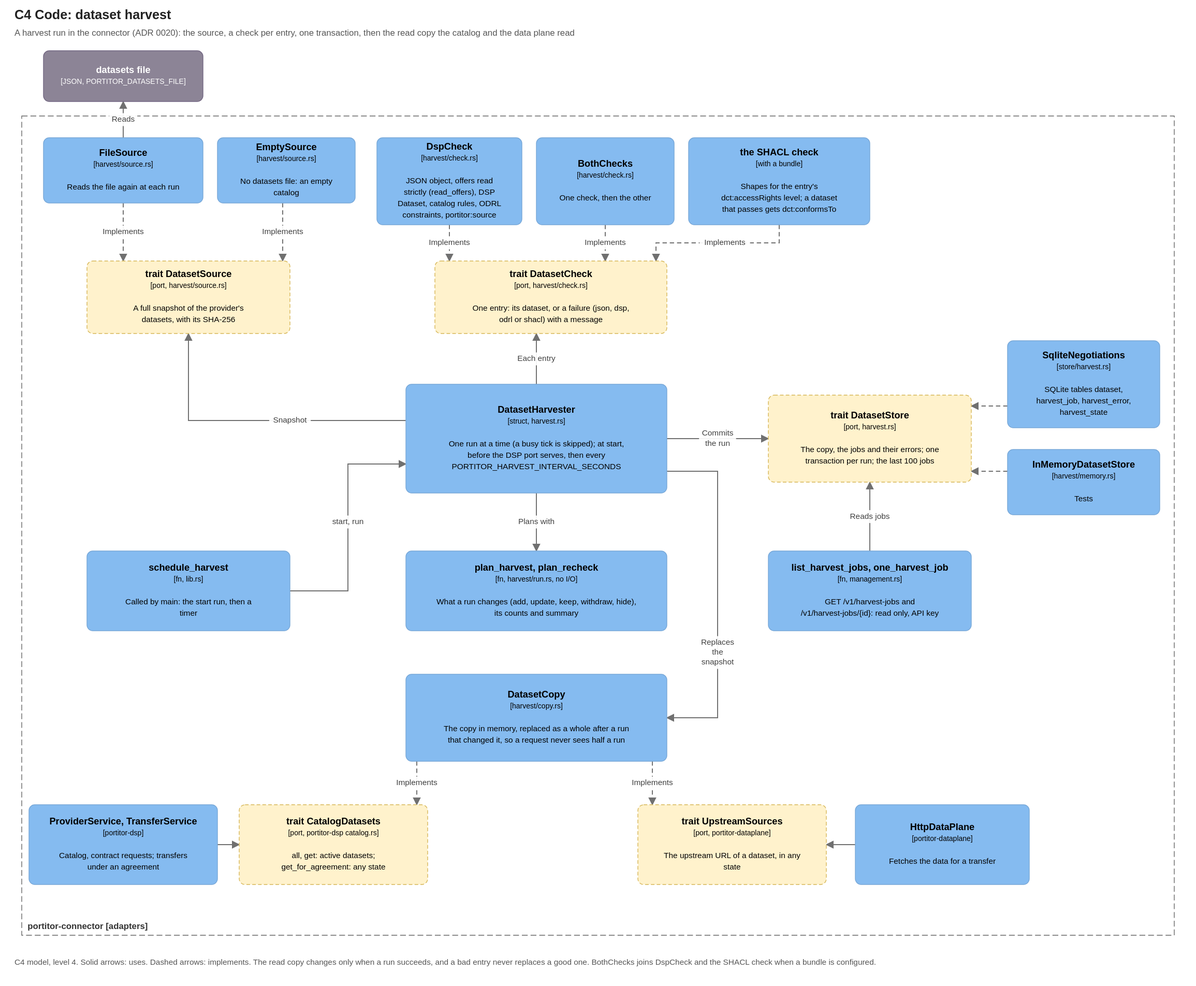
This is docs/diagrams/c4-harvest-code.drawio.svg from brunopacheco1/portitor, a draw.io export, as it was before one commit. Source tidied: cells renumbered, new cells last; positions are measured from the earlier drawing's top-left corner, leaving out a move shared by most shapes.
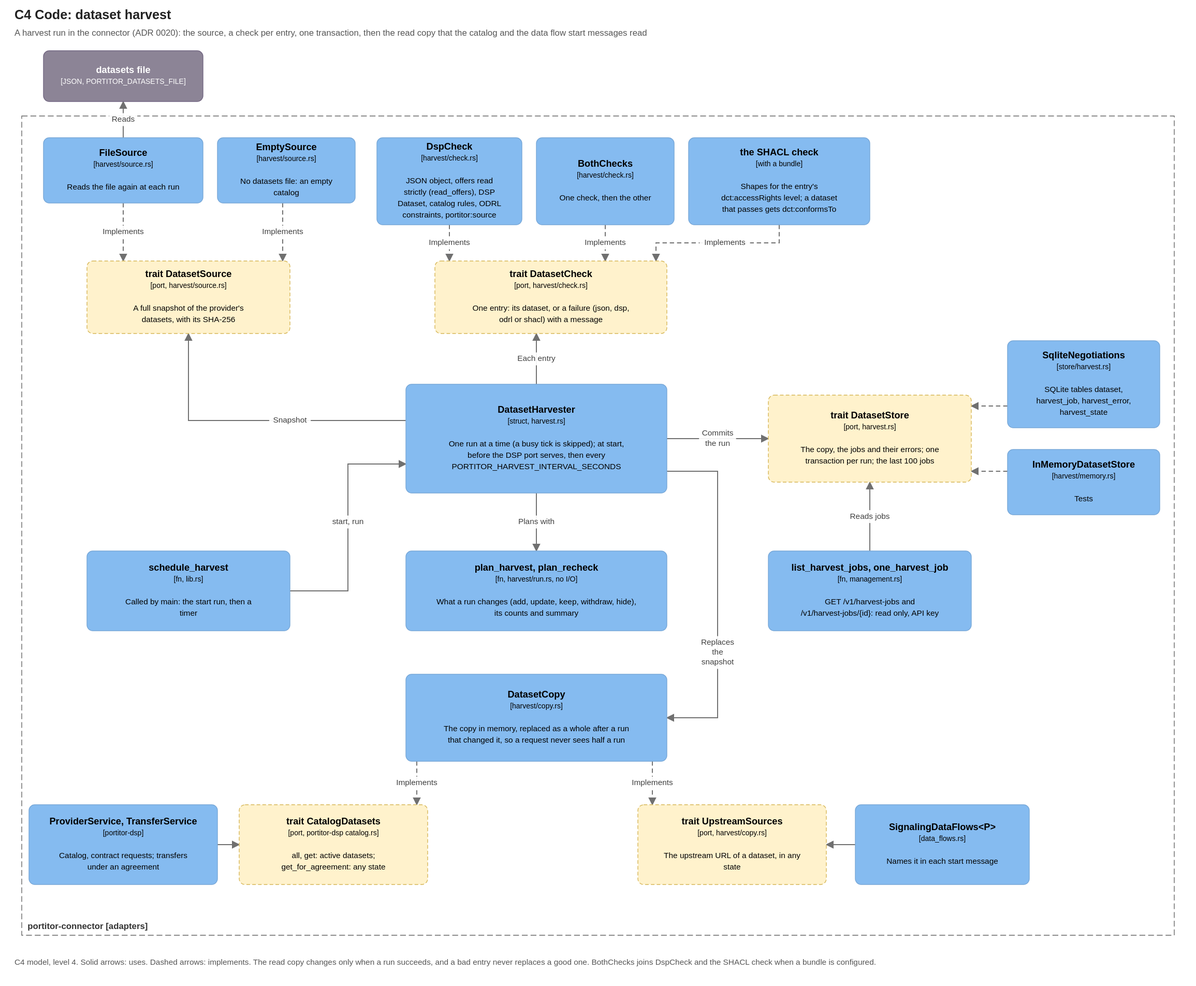
After the commit.

Commit message:
Diagrams: the source in the start message, memberships in the connector

C4 transfer: FlowStore keeps the source, agreement and consumer, not the
memberships; MembershipGate is the data plane's AccessGate and reads
MembershipStore; SignalingDataFlows names the source in the metadata.
C4 harvest: UpstreamSources lives in harvest/copy.rs and is read by
SignalingDataFlows, not by the data plane. C3: DatasetCopy serves the
catalog and the sources.

Claude-Session: https://claude.ai/code/session_01Xc1UKxdiG8DmTb2Hs3zFeP

What changed in the source:
```diff
@@ -5,7 +5,7 @@
     <mxCell id="2" value="C4 Code: dataset harvest" style="text;html=1;align=left;verticalAlign=middle;fontSize=18;fontStyle=1;fontColor=#222222;whiteSpace=wrap;" parent="1" vertex="1">
       <mxGeometry width="1610" height="24" as="geometry" />
     </mxCell>
-    <mxCell id="3" value="A harvest run in the connector (ADR 0020): the source, a check per entry, one transaction, then the read copy the catalog and the data plane read" style="text;html=1;align=left;verticalAlign=middle;fontSize=12;fontStyle=0;fontColor=#555555;whiteSpace=wrap;" parent="1" vertex="1">
+    <mxCell id="3" value="A harvest run in the connector (ADR 0020): the source, a check per entry, one transaction, then the read copy that the catalog and the data flow start messages read" style="text;html=1;align=left;verticalAlign=middle;fontSize=12;fontStyle=0;fontColor=#555555;whiteSpace=wrap;" parent="1" vertex="1">
       <mxGeometry y="26" width="1610" height="20" as="geometry" />
     </mxCell>
     <mxCell id="4" value="&lt;b&gt;datasets file&lt;/b&gt;&lt;br&gt;&lt;font style=&quot;font-size:10px&quot;&gt;[JSON, PORTITOR_DATASETS_FILE]&lt;/font&gt;" style="rounded=1;arcSize=8;whiteSpace=wrap;html=1;fillColor=#8C8496;strokeColor=#736782;fontColor=#FFFFFF;fontSize=13;align=center;verticalAlign=middle;c4Kind=external;c4Name=datasets file;" parent="1" vertex="1">
@@ -62,13 +62,13 @@
     <mxCell id="21" value="&lt;b&gt;trait CatalogDatasets&lt;/b&gt;&lt;br&gt;&lt;font style=&quot;font-size:10px&quot;&gt;[port, portitor-dsp catalog.rs]&lt;/font&gt;&lt;br&gt;&lt;br&gt;&lt;font style=&quot;font-size:11px&quot;&gt;all, get: active datasets; get_for_agreement: any state&lt;/font&gt;" style="rounded=1;arcSize=8;dashed=1;whiteSpace=wrap;html=1;fillColor=#FFF2CC;strokeColor=#D6B656;fontColor=#000000;fontSize=13;align=center;verticalAlign=middle;c4Kind=port;c4Name=trait CatalogDatasets;" parent="1" vertex="1">
       <mxGeometry x="310" y="1100" width="260" height="110" as="geometry" />
     </mxCell>
-    <mxCell id="22" value="&lt;b&gt;trait UpstreamSources&lt;/b&gt;&lt;br&gt;&lt;font style=&quot;font-size:10px&quot;&gt;[port, portitor-dataplane]&lt;/font&gt;&lt;br&gt;&lt;br&gt;&lt;font style=&quot;font-size:11px&quot;&gt;The upstream URL of a dataset, in any state&lt;/font&gt;" style="rounded=1;arcSize=8;dashed=1;whiteSpace=wrap;html=1;fillColor=#FFF2CC;strokeColor=#D6B656;fontColor=#000000;fontSize=13;align=center;verticalAlign=middle;c4Kind=port;c4Name=trait UpstreamSources;" parent="1" vertex="1">
+    <mxCell id="22" value="&lt;b&gt;trait UpstreamSources&lt;/b&gt;&lt;br&gt;&lt;font style=&quot;font-size:10px&quot;&gt;[port, harvest/copy.rs]&lt;/font&gt;&lt;br&gt;&lt;br&gt;&lt;font style=&quot;font-size:11px&quot;&gt;The upstream URL of a dataset, in any state&lt;/font&gt;" style="rounded=1;arcSize=8;dashed=1;whiteSpace=wrap;html=1;fillColor=#FFF2CC;strokeColor=#D6B656;fontColor=#000000;fontSize=13;align=center;verticalAlign=middle;c4Kind=port;c4Name=trait UpstreamSources;" parent="1" vertex="1">
       <mxGeometry x="860" y="1100" width="260" height="110" as="geometry" />
     </mxCell>
     <mxCell id="23" value="&lt;b&gt;ProviderService, TransferService&lt;/b&gt;&lt;br&gt;&lt;font style=&quot;font-size:10px&quot;&gt;[portitor-dsp]&lt;/font&gt;&lt;br&gt;&lt;br&gt;&lt;font style=&quot;font-size:11px&quot;&gt;Catalog, contract requests; transfers under an agreement&lt;/font&gt;" style="rounded=1;arcSize=8;whiteSpace=wrap;html=1;fillColor=#85BBF0;strokeColor=#78A8D8;fontColor=#000000;fontSize=13;align=center;verticalAlign=middle;c4Kind=component;c4Name=ProviderService, TransferService;" parent="1" vertex="1">
       <mxGeometry x="20" y="1100" width="260" height="110" as="geometry" />
     </mxCell>
-    <mxCell id="24" value="&lt;b&gt;HttpDataPlane&lt;/b&gt;&lt;br&gt;&lt;font style=&quot;font-size:10px&quot;&gt;[portitor-dataplane]&lt;/font&gt;&lt;br&gt;&lt;br&gt;&lt;font style=&quot;font-size:11px&quot;&gt;Fetches the data for a transfer&lt;/font&gt;" style="rounded=1;arcSize=8;whiteSpace=wrap;html=1;fillColor=#85BBF0;strokeColor=#78A8D8;fontColor=#000000;fontSize=13;align=center;verticalAlign=middle;c4Kind=component;c4Name=HttpDataPlane;" parent="1" vertex="1">
+    <mxCell id="24" value="&lt;b&gt;SignalingDataFlows&amp;lt;P&amp;gt;&lt;/b&gt;&lt;br&gt;&lt;font style=&quot;font-size:10px&quot;&gt;[data_flows.rs]&lt;/font&gt;&lt;br&gt;&lt;br&gt;&lt;font style=&quot;font-size:11px&quot;&gt;Names it in each start message&lt;/font&gt;" style="rounded=1;arcSize=8;whiteSpace=wrap;html=1;fillColor=#85BBF0;strokeColor=#78A8D8;fontColor=#000000;fontSize=13;align=center;verticalAlign=middle;c4Kind=component;c4Name=SignalingDataFlows&lt;P&gt;;" parent="1" vertex="1">
       <mxGeometry x="1160" y="1100" width="240" height="110" as="geometry" />
     </mxCell>
     <mxCell id="25" value="Reads" style="endArrow=blockThin;endFill=1;html=1;rounded=0;strokeColor=#707070;fontSize=11;fontColor=#404040;labelBackgroundColor=#FFFFFF;exitX=0.500;exitY=0.000;exitPerimeter=0;entryX=0.500;entryY=1.000;entryPerimeter=0;" parent="1" edge="1" source="6" target="4">
```
